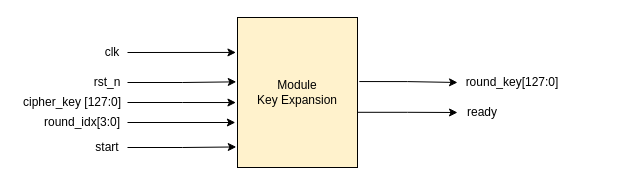
The draw.io diagram diagram/drawio/AESKeyExpansionTopDes.drawio in LQLManZz/AES128-Verilog, before the edit. Source tidied: cells renumbered, new cells numbered last; positions are measured from the earlier drawing's top-left corner, leaving out a move shared by most shapes. Both pictures are drawn from the tidied source at 100%, with x=0, y=0 at pixel (17, 17).
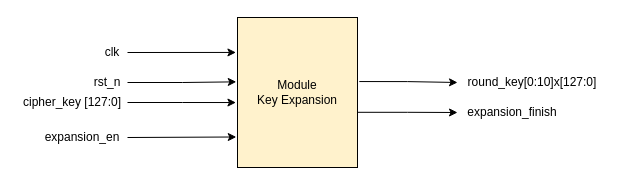
Above is the later version.

Commit message (it also covers changes not shown here):
vault backup: 2026-06-13 17:40:31

The edit, as a diff of the source:
```diff
@@
 <mxGraphModel>
   <root>
     <mxCell id="0" />
     <mxCell id="1" parent="0" />
     <mxCell id="2" value="clk" style="text;html=1;whiteSpace=wrap;strokeColor=none;fillColor=none;align=center;verticalAlign=middle;rounded=0;" parent="1" vertex="1">
       <mxGeometry x="80" y="20" width="30" height="30" as="geometry" />
     </mxCell>
     <mxCell id="3" value="rst_n" style="text;html=1;whiteSpace=wrap;strokeColor=none;fillColor=none;align=center;verticalAlign=middle;rounded=0;" parent="1" vertex="1">
       <mxGeometry x="70" y="50" width="40" height="30" as="geometry" />
     </mxCell>
-    <mxCell id="4" value="start" style="text;html=1;whiteSpace=wrap;strokeColor=none;fillColor=none;align=center;verticalAlign=middle;rounded=0;" parent="1" vertex="1">
-      <mxGeometry x="70" y="110" width="40" height="40" as="geometry" />
+    <mxCell id="4" value="expansion_en" style="text;html=1;whiteSpace=wrap;strokeColor=none;fillColor=none;align=center;verticalAlign=middle;rounded=0;" parent="1" vertex="1">
+      <mxGeometry x="20" y="100" width="90" height="40" as="geometry" />
     </mxCell>
     <mxCell id="5" style="edgeStyle=orthogonalEdgeStyle;rounded=0;jettySize=auto;html=1;exitX=1;exitY=0.5;exitDx=0;exitDy=0;entryX=-0.013;entryY=0.567;entryDx=0;entryDy=0;entryPerimeter=0;" parent="1" edge="1" source="6" target="13">
       <mxGeometry relative="1" as="geometry" />
     </mxCell>
     <mxCell id="6" value="cipher_key [127:0]" style="text;html=1;whiteSpace=wrap;strokeColor=none;fillColor=none;align=center;verticalAlign=middle;rounded=0;" parent="1" vertex="1">
       <mxGeometry y="70" width="110" height="30" as="geometry" />
     </mxCell>
-    <mxCell id="7" value="round_idx[3:0]" style="text;html=1;whiteSpace=wrap;strokeColor=none;fillColor=none;align=center;verticalAlign=middle;rounded=0;" parent="1" vertex="1">
-      <mxGeometry x="20" y="90" width="90" height="30" as="geometry" />
-    </mxCell>
-    <mxCell id="8" value="round_key[127:0]" style="text;html=1;whiteSpace=wrap;strokeColor=none;fillColor=none;align=center;verticalAlign=middle;rounded=0;" parent="1" vertex="1">
-      <mxGeometry x="440" y="50" width="110" height="30" as="geometry" />
+    <mxCell id="8" value="round_key[0:10]x[127:0]" style="text;html=1;whiteSpace=wrap;strokeColor=none;fillColor=none;align=center;verticalAlign=middle;rounded=0;" parent="1" vertex="1">
+      <mxGeometry x="440" y="50" width="150" height="30" as="geometry" />
     </mxCell>
-    <mxCell id="9" value="ready" style="text;html=1;whiteSpace=wrap;strokeColor=none;fillColor=none;align=center;verticalAlign=middle;rounded=0;" parent="1" vertex="1">
-      <mxGeometry x="440" y="80" width="50" height="30" as="geometry" />
+    <mxCell id="9" value="expansion_finish" style="text;html=1;whiteSpace=wrap;strokeColor=none;fillColor=none;align=center;verticalAlign=middle;rounded=0;" parent="1" vertex="1">
+      <mxGeometry x="440" y="80" width="110" height="30" as="geometry" />
     </mxCell>
     <mxCell id="10" style="edgeStyle=orthogonalEdgeStyle;rounded=0;jettySize=auto;html=1;exitX=1;exitY=0.5;exitDx=0;exitDy=0;entryX=-0.01;entryY=0.429;entryDx=0;entryDy=0;entryPerimeter=0;" parent="1" edge="1" source="3" target="13">
       <mxGeometry relative="1" as="geometry" />
     </mxCell>
-    <mxCell id="11" style="edgeStyle=orthogonalEdgeStyle;rounded=0;jettySize=auto;html=1;exitX=1;exitY=0.5;exitDx=0;exitDy=0;entryX=-0.018;entryY=0.7;entryDx=0;entryDy=0;entryPerimeter=0;" parent="1" edge="1" source="7" target="13">
-      <mxGeometry relative="1" as="geometry" />
-    </mxCell>
-    <mxCell id="12" style="edgeStyle=orthogonalEdgeStyle;rounded=0;jettySize=auto;html=1;exitX=1;exitY=0.5;exitDx=0;exitDy=0;entryX=-0.01;entryY=0.863;entryDx=0;entryDy=0;entryPerimeter=0;" parent="1" edge="1" source="4" target="13">
-      <mxGeometry relative="1" as="geometry" />
+    <mxCell id="12" style="edgeStyle=orthogonalEdgeStyle;rounded=0;jettySize=auto;html=1;exitX=1;exitY=0.5;exitDx=0;exitDy=0;entryX=-0.01;entryY=0.863;entryDx=0;entryDy=0;entryPerimeter=0;" parent="1" edge="1" source="4">
+      <mxGeometry relative="1" as="geometry">
+        <mxPoint x="218.8" y="119.5" as="targetPoint" />
+      </mxGeometry>
     </mxCell>
     <mxCell id="13" value="Module&lt;br&gt;Key Expansion" style="rounded=0;whiteSpace=wrap;html=1;fillColor=#fff2cc;strokeColor=#000000;" parent="1" vertex="1">
       <mxGeometry x="220" width="120" height="150" as="geometry" />
     </mxCell>
     <mxCell id="14" style="edgeStyle=orthogonalEdgeStyle;rounded=0;jettySize=auto;html=1;exitX=1;exitY=0.5;exitDx=0;exitDy=0;entryX=-0.013;entryY=0.233;entryDx=0;entryDy=0;entryPerimeter=0;" parent="1" edge="1" source="2" target="13">
       <mxGeometry relative="1" as="geometry" />
     </mxCell>
     <mxCell id="15" style="edgeStyle=orthogonalEdgeStyle;rounded=0;jettySize=auto;html=1;exitX=1;exitY=0.632;exitDx=0;exitDy=0;entryX=0;entryY=0.5;entryDx=0;entryDy=0;exitPerimeter=0;" parent="1" edge="1" source="13" target="9">
       <mxGeometry relative="1" as="geometry" />
     </mxCell>
     <mxCell id="16" style="edgeStyle=orthogonalEdgeStyle;rounded=0;jettySize=auto;html=1;exitX=1.015;exitY=0.427;exitDx=0;exitDy=0;entryX=0;entryY=0.5;entryDx=0;entryDy=0;exitPerimeter=0;" parent="1" edge="1" source="13" target="8">
       <mxGeometry relative="1" as="geometry" />
     </mxCell>
   </root>
 </mxGraphModel>
```
